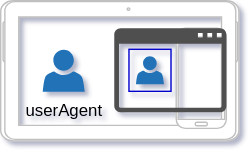
The draw.io diagram src/assets/apirtc_createstream.svg in kmoyse-apizee/apizee, before a commit. Source tidied: cells renumbered, new cells last; positions are measured from the earlier drawing's top-left corner, leaving out a move shared by most shapes. Source of this version:
```xml
<mxGraphModel>
  <root>
    <mxCell id="0" />
    <mxCell id="1" parent="0" />
    <mxCell id="2" style="group;" parent="1" vertex="1">
      <mxGeometry width="170" height="100" as="geometry" />
    </mxCell>
    <mxCell id="3" style="verticalLabelPosition=bottom;verticalAlign=top;html=1;shadow=0;dashed=0;strokeWidth=1;shape=mxgraph.android.tab2;strokeColor=#c0c0c0;direction=north;" parent="2" vertex="1">
      <mxGeometry width="170" height="100" as="geometry" />
    </mxCell>
    <mxCell id="4" style="verticalLabelPosition=bottom;verticalAlign=top;html=1;shadow=0;dashed=0;strokeWidth=1;shape=mxgraph.android.phone2;strokeColor=#c0c0c0;" parent="2" vertex="1">
      <mxGeometry x="125.3" y="19.6" width="35.8" height="71.4" as="geometry" />
    </mxCell>
    <mxCell id="5" value="&lt;font style=&quot;font-size: 12px&quot;&gt;userAgent&lt;/font&gt;" style="shadow=0;dashed=0;html=1;strokeColor=none;labelPosition=center;verticalLabelPosition=bottom;verticalAlign=top;align=center;shape=mxgraph.office.users.user;fillColor=#2072B8;" parent="2" vertex="1">
      <mxGeometry x="30" y="35" width="30" height="30" as="geometry" />
    </mxCell>
    <mxCell id="6" style="group;" parent="2" vertex="1">
      <mxGeometry x="81" y="19.6" width="80" height="60" as="geometry" />
    </mxCell>
    <mxCell id="7" style="shadow=0;dashed=0;html=1;strokeColor=none;fillColor=#505050;labelPosition=center;verticalLabelPosition=bottom;verticalAlign=top;align=center;shape=mxgraph.office.concepts.application_generic;labelBackgroundColor=none;fontColor=#FFFFFF;" parent="6" vertex="1">
      <mxGeometry width="80" height="60" as="geometry" />
    </mxCell>
    <mxCell id="8" style="shadow=0;dashed=0;html=1;strokeColor=none;labelPosition=center;verticalLabelPosition=bottom;verticalAlign=top;align=center;shape=mxgraph.office.users.user;fillColor=#2072B8;" parent="6" vertex="1">
      <mxGeometry x="15.5" y="20" width="20" height="20" as="geometry" />
    </mxCell>
    <mxCell id="9" style="whiteSpace=wrap;html=1;labelBackgroundColor=none;strokeColor=#0000CC;fontColor=#FFFFFF;fillColor=none;" parent="6" vertex="1">
      <mxGeometry x="10.5" y="15" width="30" height="30" as="geometry" />
    </mxCell>
  </root>
</mxGraphModel>
```
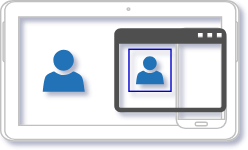
After the commit.

Diff of the diagram source:
```diff
@@ -11,7 +11,7 @@
     <mxCell id="4" style="verticalLabelPosition=bottom;verticalAlign=top;html=1;shadow=0;dashed=0;strokeWidth=1;shape=mxgraph.android.phone2;strokeColor=#c0c0c0;" parent="2" vertex="1">
       <mxGeometry x="125.3" y="19.6" width="35.8" height="71.4" as="geometry" />
     </mxCell>
-    <mxCell id="5" value="&lt;font style=&quot;font-size: 12px&quot;&gt;userAgent&lt;/font&gt;" style="shadow=0;dashed=0;html=1;strokeColor=none;labelPosition=center;verticalLabelPosition=bottom;verticalAlign=top;align=center;shape=mxgraph.office.users.user;fillColor=#2072B8;" parent="2" vertex="1">
+    <mxCell id="5" style="shadow=0;dashed=0;html=1;strokeColor=none;labelPosition=center;verticalLabelPosition=bottom;verticalAlign=top;align=center;shape=mxgraph.office.users.user;fillColor=#2072B8;" parent="2" vertex="1">
       <mxGeometry x="30" y="35" width="30" height="30" as="geometry" />
     </mxCell>
     <mxCell id="6" style="group;" parent="2" vertex="1">
```
